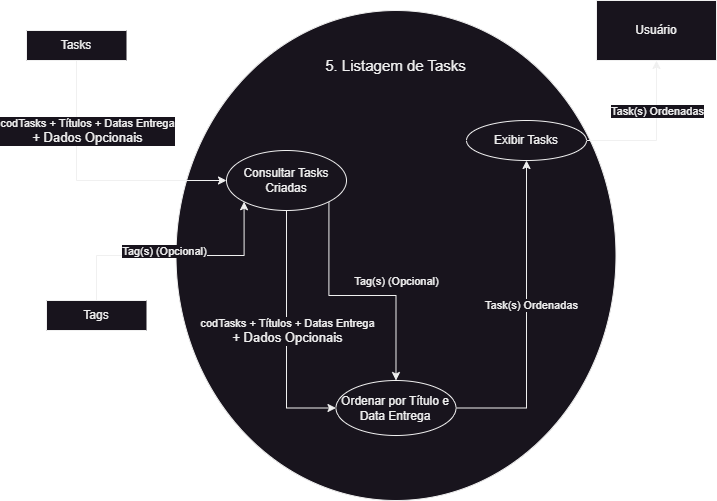
Above: docs/assets/DFDs/RF05.drawio.png in kenielf/neotasker (draw.io), before the change. Source tidied: cells renumbered, new cells last; positions are measured from the earlier drawing's top-left corner, leaving out a move shared by most shapes. Source of this version:
```xml
<mxGraphModel>
  <root>
    <mxCell id="0" />
    <mxCell id="1" parent="0" />
    <mxCell id="2" style="shape=ellipse;html=1;dashed=0;whiteSpace=wrap;perimeter=ellipsePerimeter;" parent="1" vertex="1">
      <mxGeometry x="149.5" y="10" width="440" height="490" as="geometry" />
    </mxCell>
    <mxCell id="3" value="&lt;font style=&quot;font-size: 15px;&quot;&gt;5. Listagem de Tasks&lt;/font&gt;" style="text;html=1;strokeColor=none;fillColor=none;align=center;verticalAlign=middle;whiteSpace=wrap;rounded=0;" parent="1" vertex="1">
      <mxGeometry x="289.9" y="50" width="159.2" height="30" as="geometry" />
    </mxCell>
    <mxCell id="4" style="edgeStyle=orthogonalEdgeStyle;rounded=0;jettySize=auto;html=1;entryX=0;entryY=0.5;entryDx=0;entryDy=0;" parent="1" edge="1" source="7" target="16">
      <mxGeometry relative="1" as="geometry" />
    </mxCell>
    <mxCell id="5" style="edgeStyle=orthogonalEdgeStyle;rounded=0;jettySize=auto;html=1;exitX=1;exitY=1;exitDx=0;exitDy=0;entryX=0.5;entryY=0;entryDx=0;entryDy=0;" parent="1" edge="1" source="7" target="16">
      <mxGeometry relative="1" as="geometry" />
    </mxCell>
    <mxCell id="6" value="Tag(s) (Opcional)" style="edgeLabel;html=1;align=center;verticalAlign=middle;" parent="5" vertex="1">
      <mxGeometry x="0.02" y="1" relative="1" as="geometry">
        <mxPoint x="35" y="-14" as="offset" />
      </mxGeometry>
    </mxCell>
    <mxCell id="7" value="Consultar Tasks Criadas" style="shape=ellipse;html=1;dashed=0;whiteSpace=wrap;perimeter=ellipsePerimeter;" parent="1" vertex="1">
      <mxGeometry x="200" y="150" width="120" height="60" as="geometry" />
    </mxCell>
    <mxCell id="8" style="edgeStyle=orthogonalEdgeStyle;rounded=0;jettySize=auto;html=1;exitX=0.5;exitY=1;exitDx=0;exitDy=0;entryX=0;entryY=0.5;entryDx=0;entryDy=0;" parent="1" edge="1" source="10" target="7">
      <mxGeometry relative="1" as="geometry" />
    </mxCell>
    <mxCell id="9" value="codTasks + Títulos + Datas Entrega&lt;br style=&quot;font-size: 13px;&quot;&gt;&lt;span style=&quot;font-size: 13px;&quot;&gt;+ Dados Opcionais&lt;/span&gt;" style="edgeLabel;html=1;align=center;verticalAlign=middle;" parent="8" vertex="1">
      <mxGeometry x="0.06" y="3" relative="1" as="geometry">
        <mxPoint x="-13" y="-47" as="offset" />
      </mxGeometry>
    </mxCell>
    <mxCell id="10" value="Tasks" style="html=1;dashed=0;whiteSpace=wrap;shape=partialRectangle;right=0;" parent="1" vertex="1">
      <mxGeometry y="30" width="100" height="30" as="geometry" />
    </mxCell>
    <mxCell id="11" style="edgeStyle=orthogonalEdgeStyle;rounded=0;jettySize=auto;html=1;exitX=0.5;exitY=0;exitDx=0;exitDy=0;entryX=0;entryY=1;entryDx=0;entryDy=0;" parent="1" edge="1" source="13" target="7">
      <mxGeometry relative="1" as="geometry" />
    </mxCell>
    <mxCell id="12" value="Tag(s) (Opcional)" style="edgeLabel;html=1;align=center;verticalAlign=middle;" parent="11" vertex="1">
      <mxGeometry x="-0.22" y="2" relative="1" as="geometry">
        <mxPoint x="16" y="-3" as="offset" />
      </mxGeometry>
    </mxCell>
    <mxCell id="13" value="Tags" style="html=1;dashed=0;whiteSpace=wrap;shape=partialRectangle;right=0;" parent="1" vertex="1">
      <mxGeometry x="20" y="300" width="100" height="30" as="geometry" />
    </mxCell>
    <mxCell id="14" style="edgeStyle=orthogonalEdgeStyle;rounded=0;jettySize=auto;html=1;exitX=1;exitY=0.5;exitDx=0;exitDy=0;entryX=0.5;entryY=1;entryDx=0;entryDy=0;" parent="1" edge="1" source="16" target="20">
      <mxGeometry relative="1" as="geometry" />
    </mxCell>
    <mxCell id="15" value="Task(s) Ordenadas" style="edgeLabel;html=1;align=center;verticalAlign=middle;" parent="14" vertex="1">
      <mxGeometry x="0.09" y="-3" relative="1" as="geometry">
        <mxPoint x="1" as="offset" />
      </mxGeometry>
    </mxCell>
    <mxCell id="16" value="Ordenar por Título e Data Entrega" style="shape=ellipse;html=1;dashed=0;whiteSpace=wrap;perimeter=ellipsePerimeter;" parent="1" vertex="1">
      <mxGeometry x="309.5" y="380" width="120" height="55" as="geometry" />
    </mxCell>
    <mxCell id="17" value="Usuário" style="rounded=0;whiteSpace=wrap;html=1;" parent="1" vertex="1">
      <mxGeometry x="570" width="120" height="60" as="geometry" />
    </mxCell>
    <mxCell id="18" style="edgeStyle=orthogonalEdgeStyle;rounded=0;jettySize=auto;html=1;exitX=1;exitY=0.5;exitDx=0;exitDy=0;entryX=0.5;entryY=1;entryDx=0;entryDy=0;" parent="1" edge="1" source="20" target="17">
      <mxGeometry relative="1" as="geometry" />
    </mxCell>
    <mxCell id="19" value="Task(s) Ordenadas" style="edgeLabel;html=1;align=center;verticalAlign=middle;" parent="18" vertex="1">
      <mxGeometry x="-0.43" y="1" relative="1" as="geometry">
        <mxPoint x="27" y="-29" as="offset" />
      </mxGeometry>
    </mxCell>
    <mxCell id="20" value="Exibir Tasks" style="shape=ellipse;html=1;dashed=0;whiteSpace=wrap;perimeter=ellipsePerimeter;" parent="1" vertex="1">
      <mxGeometry x="440" y="120" width="120" height="40" as="geometry" />
    </mxCell>
    <mxCell id="21" value="codTasks + Títulos + Datas Entrega&lt;br style=&quot;font-size: 13px;&quot;&gt;&lt;span style=&quot;font-size: 13px;&quot;&gt;+ Dados Opcionais&lt;/span&gt;" style="edgeLabel;html=1;align=center;verticalAlign=middle;" parent="1" vertex="1">
      <mxGeometry x="260" y="330" as="geometry" />
    </mxCell>
  </root>
</mxGraphModel>
```
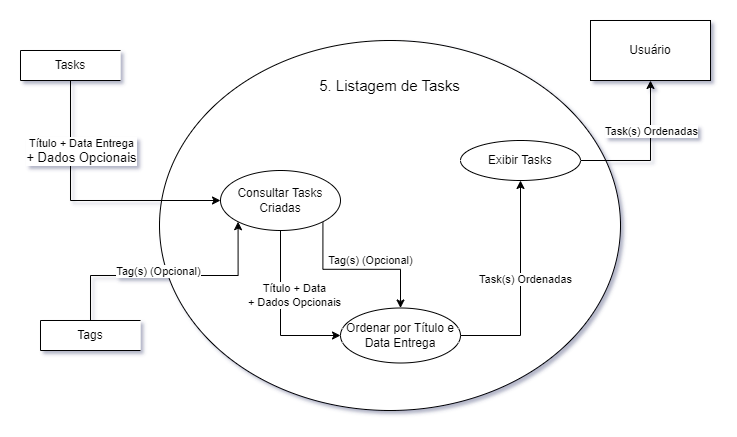
The same diagram one commit later.

The edit, as a diff of the source:
```diff
@@ -3,7 +3,7 @@
     <mxCell id="0" />
     <mxCell id="1" parent="0" />
     <mxCell id="2" style="shape=ellipse;html=1;dashed=0;whiteSpace=wrap;perimeter=ellipsePerimeter;" parent="1" vertex="1">
-      <mxGeometry x="149.5" y="10" width="440" height="490" as="geometry" />
+      <mxGeometry x="139" y="20" width="461" height="370" as="geometry" />
     </mxCell>
     <mxCell id="3" value="&lt;font style=&quot;font-size: 15px;&quot;&gt;5. Listagem de Tasks&lt;/font&gt;" style="text;html=1;strokeColor=none;fillColor=none;align=center;verticalAlign=middle;whiteSpace=wrap;rounded=0;" parent="1" vertex="1">
       <mxGeometry x="289.9" y="50" width="159.2" height="30" as="geometry" />
@@ -11,12 +11,17 @@
     <mxCell id="4" style="edgeStyle=orthogonalEdgeStyle;rounded=0;jettySize=auto;html=1;entryX=0;entryY=0.5;entryDx=0;entryDy=0;" parent="1" edge="1" source="7" target="16">
       <mxGeometry relative="1" as="geometry" />
     </mxCell>
+    <mxCell id="22" value="Título + Data &lt;br&gt;+ Dados Opcionais" style="edgeLabel;html=1;align=center;verticalAlign=middle;" parent="4" vertex="1">
+      <mxGeometry x="-0.23" y="-3" relative="1" as="geometry">
+        <mxPoint x="16" y="1" as="offset" />
+      </mxGeometry>
+    </mxCell>
     <mxCell id="5" style="edgeStyle=orthogonalEdgeStyle;rounded=0;jettySize=auto;html=1;exitX=1;exitY=1;exitDx=0;exitDy=0;entryX=0.5;entryY=0;entryDx=0;entryDy=0;" parent="1" edge="1" source="7" target="16">
       <mxGeometry relative="1" as="geometry" />
     </mxCell>
     <mxCell id="6" value="Tag(s) (Opcional)" style="edgeLabel;html=1;align=center;verticalAlign=middle;" parent="5" vertex="1">
       <mxGeometry x="0.02" y="1" relative="1" as="geometry">
-        <mxPoint x="35" y="-14" as="offset" />
+        <mxPoint x="11" y="-8" as="offset" />
       </mxGeometry>
     </mxCell>
     <mxCell id="7" value="Consultar Tasks Criadas" style="shape=ellipse;html=1;dashed=0;whiteSpace=wrap;perimeter=ellipsePerimeter;" parent="1" vertex="1">
@@ -25,7 +30,7 @@
     <mxCell id="8" style="edgeStyle=orthogonalEdgeStyle;rounded=0;jettySize=auto;html=1;exitX=0.5;exitY=1;exitDx=0;exitDy=0;entryX=0;entryY=0.5;entryDx=0;entryDy=0;" parent="1" edge="1" source="10" target="7">
       <mxGeometry relative="1" as="geometry" />
     </mxCell>
-    <mxCell id="9" value="codTasks + Títulos + Datas Entrega&lt;br style=&quot;font-size: 13px;&quot;&gt;&lt;span style=&quot;font-size: 13px;&quot;&gt;+ Dados Opcionais&lt;/span&gt;" style="edgeLabel;html=1;align=center;verticalAlign=middle;" parent="8" vertex="1">
+    <mxCell id="9" value="Título + Data Entrega&lt;br style=&quot;font-size: 13px;&quot;&gt;&lt;span style=&quot;font-size: 13px;&quot;&gt;+ Dados Opcionais&lt;/span&gt;" style="edgeLabel;html=1;align=center;verticalAlign=middle;" parent="8" vertex="1">
       <mxGeometry x="0.06" y="3" relative="1" as="geometry">
         <mxPoint x="-13" y="-47" as="offset" />
       </mxGeometry>
@@ -53,7 +58,7 @@
       </mxGeometry>
     </mxCell>
     <mxCell id="16" value="Ordenar por Título e Data Entrega" style="shape=ellipse;html=1;dashed=0;whiteSpace=wrap;perimeter=ellipsePerimeter;" parent="1" vertex="1">
-      <mxGeometry x="309.5" y="380" width="120" height="55" as="geometry" />
+      <mxGeometry x="320" y="287.5" width="120" height="55" as="geometry" />
     </mxCell>
     <mxCell id="17" value="Usuário" style="rounded=0;whiteSpace=wrap;html=1;" parent="1" vertex="1">
       <mxGeometry x="570" width="120" height="60" as="geometry" />
@@ -69,8 +74,5 @@
     <mxCell id="20" value="Exibir Tasks" style="shape=ellipse;html=1;dashed=0;whiteSpace=wrap;perimeter=ellipsePerimeter;" parent="1" vertex="1">
       <mxGeometry x="440" y="120" width="120" height="40" as="geometry" />
     </mxCell>
-    <mxCell id="21" value="codTasks + Títulos + Datas Entrega&lt;br style=&quot;font-size: 13px;&quot;&gt;&lt;span style=&quot;font-size: 13px;&quot;&gt;+ Dados Opcionais&lt;/span&gt;" style="edgeLabel;html=1;align=center;verticalAlign=middle;" parent="1" vertex="1">
-      <mxGeometry x="260" y="330" as="geometry" />
-    </mxCell>
   </root>
 </mxGraphModel>
```
